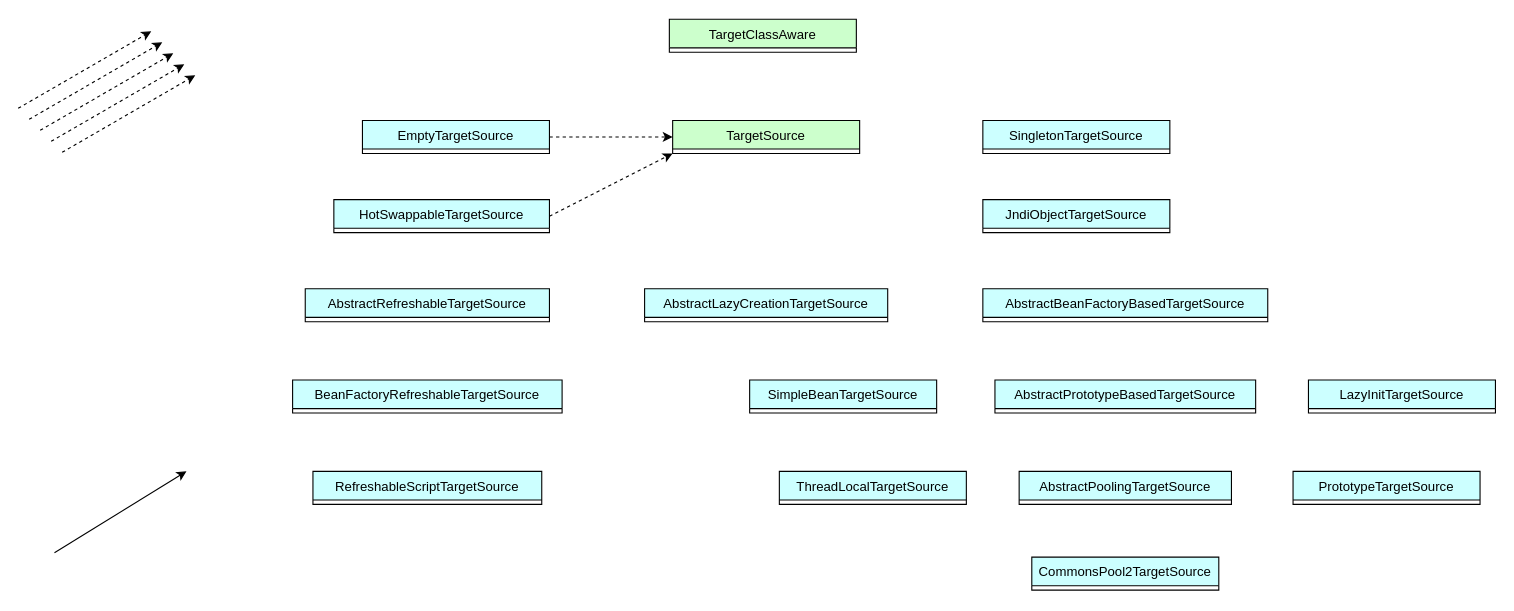
The draw.io diagram spring/aop/TargetSource.drawio in MuggleStar/draw_io, before the edit. Source tidied: cells renumbered, new cells numbered last; positions are measured from the earlier drawing's top-left corner, leaving out a move shared by most shapes. Both pictures are drawn from the tidied source at 110%, with x=0, y=0 at pixel (18, 19).
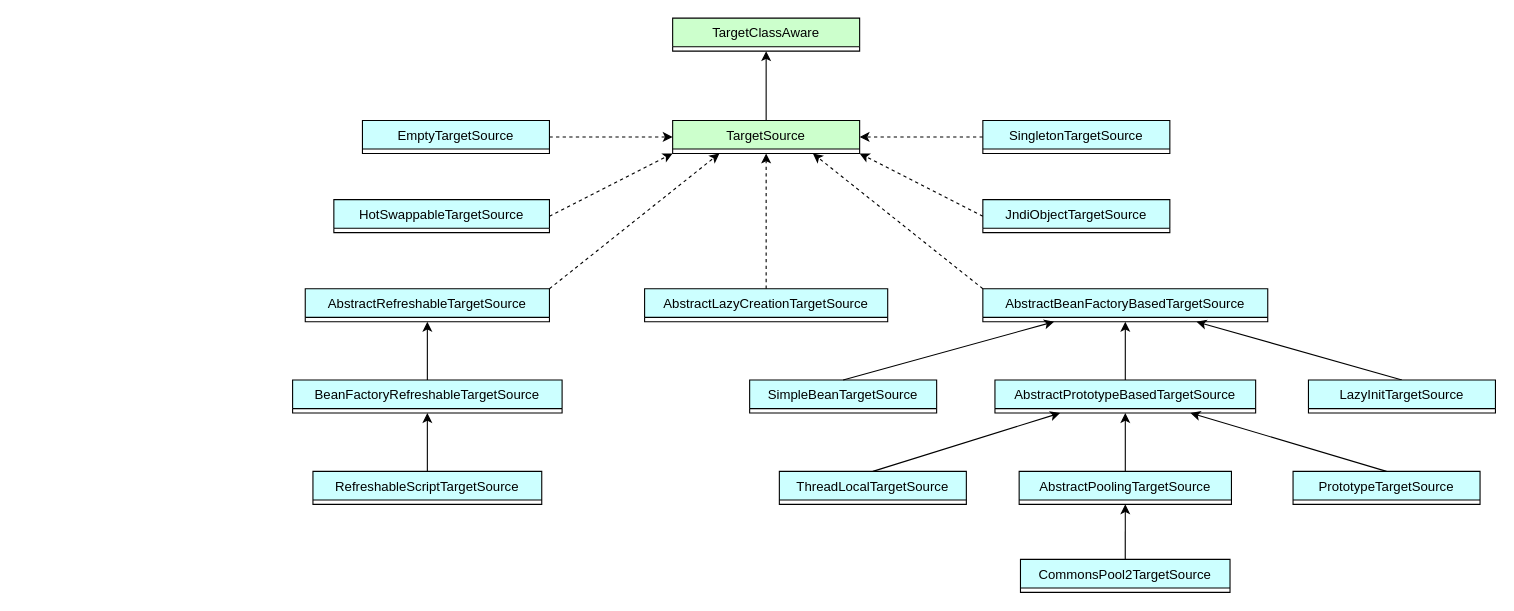
The same diagram, later.

Unchanged cells that the change refers to:
```xml
<mxCell id="6" value="TargetSource" style="swimlane;fontStyle=0;horizontal=1;startSize=26;fillColor=#CCFFCC;direction=east;strokeColor=default;swimlaneLine=1;glass=0;rounded=0;shadow=0;" parent="1" vertex="1" collapsed="1">
  <mxGeometry x="595" y="92" width="170" height="30" as="geometry" />
</mxCell>
<mxCell id="8" value="AbstractRefreshableTargetSource" style="swimlane;fontStyle=0;horizontal=1;startSize=26;fillColor=#CCFFFF;direction=east;strokeColor=default;swimlaneLine=1;glass=0;rounded=0;shadow=0;" parent="1" vertex="1" collapsed="1">
  <mxGeometry x="261" y="245" width="222" height="30" as="geometry" />
</mxCell>
<mxCell id="9" value="AbstractLazyCreationTargetSource" style="swimlane;fontStyle=0;horizontal=1;startSize=26;fillColor=#CCFFFF;direction=east;strokeColor=default;swimlaneLine=1;glass=0;rounded=0;shadow=0;" parent="1" vertex="1" collapsed="1">
  <mxGeometry x="569.5" y="245" width="221" height="30" as="geometry" />
</mxCell>
<mxCell id="10" value="AbstractBeanFactoryBasedTargetSource" style="swimlane;fontStyle=0;horizontal=1;startSize=26;fillColor=#CCFFFF;direction=east;strokeColor=default;swimlaneLine=1;glass=0;rounded=0;shadow=0;" parent="1" vertex="1" collapsed="1">
  <mxGeometry x="877" y="245" width="259" height="30" as="geometry" />
</mxCell>
<mxCell id="11" value="JndiObjectTargetSource" style="swimlane;fontStyle=0;horizontal=1;startSize=26;fillColor=#CCFFFF;direction=east;strokeColor=default;swimlaneLine=1;glass=0;rounded=0;shadow=0;" parent="1" vertex="1" collapsed="1">
  <mxGeometry x="877" y="164" width="170" height="30" as="geometry" />
</mxCell>
<mxCell id="12" value="SingletonTargetSource" style="swimlane;fontStyle=0;horizontal=1;startSize=26;fillColor=#CCFFFF;direction=east;strokeColor=default;swimlaneLine=1;glass=0;rounded=0;shadow=0;" parent="1" vertex="1" collapsed="1">
  <mxGeometry x="877" y="92" width="170" height="30" as="geometry" />
</mxCell>
<mxCell id="13" value="BeanFactoryRefreshableTargetSource" style="swimlane;fontStyle=0;horizontal=1;startSize=26;fillColor=#CCFFFF;direction=east;strokeColor=default;swimlaneLine=1;glass=0;rounded=0;shadow=0;" parent="1" vertex="1" collapsed="1">
  <mxGeometry x="249.5" y="328" width="245" height="30" as="geometry" />
</mxCell>
<mxCell id="14" value="RefreshableScriptTargetSource" style="swimlane;fontStyle=0;horizontal=1;startSize=26;fillColor=#CCFFFF;direction=east;strokeColor=default;swimlaneLine=1;glass=0;rounded=0;shadow=0;" parent="1" vertex="1" collapsed="1">
  <mxGeometry x="268" y="411" width="208" height="30" as="geometry" />
</mxCell>
<mxCell id="15" value="LazyInitTargetSource" style="swimlane;fontStyle=0;horizontal=1;startSize=26;fillColor=#CCFFFF;direction=east;strokeColor=default;swimlaneLine=1;glass=0;rounded=0;shadow=0;" parent="1" vertex="1" collapsed="1">
  <mxGeometry x="1173" y="328" width="170" height="30" as="geometry" />
</mxCell>
<mxCell id="16" value="AbstractPrototypeBasedTargetSource" style="swimlane;fontStyle=0;horizontal=1;startSize=26;fillColor=#CCFFFF;direction=east;strokeColor=default;swimlaneLine=1;glass=0;rounded=0;shadow=0;" parent="1" vertex="1" collapsed="1">
  <mxGeometry x="888" y="328" width="237" height="30" as="geometry" />
</mxCell>
<mxCell id="17" value="SimpleBeanTargetSource" style="swimlane;fontStyle=0;horizontal=1;startSize=26;fillColor=#CCFFFF;direction=east;strokeColor=default;swimlaneLine=1;glass=0;rounded=0;shadow=0;" parent="1" vertex="1" collapsed="1">
  <mxGeometry x="665" y="328" width="170" height="30" as="geometry" />
</mxCell>
<mxCell id="19" value="PrototypeTargetSource" style="swimlane;fontStyle=0;horizontal=1;startSize=26;fillColor=#CCFFFF;direction=east;strokeColor=default;swimlaneLine=1;glass=0;rounded=0;shadow=0;" parent="1" vertex="1" collapsed="1">
  <mxGeometry x="1159" y="411" width="170" height="30" as="geometry" />
</mxCell>
<mxCell id="20" value="AbstractPoolingTargetSource" style="swimlane;fontStyle=0;horizontal=1;startSize=26;fillColor=#CCFFFF;direction=east;strokeColor=default;swimlaneLine=1;glass=0;rounded=0;shadow=0;" parent="1" vertex="1" collapsed="1">
  <mxGeometry x="910" y="411" width="193" height="30" as="geometry" />
</mxCell>
<mxCell id="21" value="ThreadLocalTargetSource" style="swimlane;fontStyle=0;horizontal=1;startSize=26;fillColor=#CCFFFF;direction=east;strokeColor=default;swimlaneLine=1;glass=0;rounded=0;shadow=0;" parent="1" vertex="1" collapsed="1">
  <mxGeometry x="692" y="411" width="170" height="30" as="geometry" />
</mxCell>
```

The edit, as a diff of the source:
```diff
@@
-    <mxCell id="3" style="endArrow=classic;html=1;rounded=0;dashed=1;" parent="1" edge="1">
-      <mxGeometry relative="1" as="geometry">
-        <mxPoint y="81" as="sourcePoint" />
-        <mxPoint x="121" y="11" as="targetPoint" />
-      </mxGeometry>
+    <mxCell id="3" style="endArrow=classic;html=1;rounded=0;dashed=1;exitX=0;exitY=0.5;exitDx=0;exitDy=0;entryX=1;entryY=0.5;entryDx=0;entryDy=0;" parent="1" edge="1" source="12" target="6">
+      <mxGeometry relative="1" as="geometry" />
     </mxCell>
-    <mxCell id="4" style="endArrow=classic;html=1;rounded=0;" parent="1" edge="1">
-      <mxGeometry relative="1" as="geometry">
-        <mxPoint x="33" y="485" as="sourcePoint" />
-        <mxPoint x="153" y="411" as="targetPoint" />
-      </mxGeometry>
+    <mxCell id="4" style="endArrow=classic;html=1;rounded=0;exitX=0.5;exitY=0;exitDx=0;exitDy=0;entryX=0.75;entryY=1;entryDx=0;entryDy=0;" parent="1" edge="1" source="15" target="10">
+      <mxGeometry relative="1" as="geometry" />
     </mxCell>
     <mxCell id="5" value="TargetClassAware" style="swimlane;fontStyle=0;horizontal=1;startSize=26;fillColor=#CCFFCC;direction=east;strokeColor=default;swimlaneLine=1;glass=0;rounded=0;shadow=0;" parent="1" vertex="1" collapsed="1">
-      <mxGeometry x="592" width="170" height="30" as="geometry" />
+      <mxGeometry x="595" y="-1" width="170" height="30" as="geometry" />
     </mxCell>
@@
     <mxCell id="18" value="CommonsPool2TargetSource" style="swimlane;fontStyle=0;horizontal=1;startSize=26;fillColor=#CCFFFF;direction=east;strokeColor=default;swimlaneLine=1;glass=0;rounded=0;shadow=0;" parent="1" vertex="1" collapsed="1">
-      <mxGeometry x="921.5" y="489" width="170" height="30" as="geometry" />
+      <mxGeometry x="911.2" y="491" width="190.5" height="30" as="geometry" />
     </mxCell>
@@
-    <mxCell id="22" style="endArrow=classic;html=1;rounded=0;dashed=1;" parent="1" edge="1">
-      <mxGeometry relative="1" as="geometry">
-        <mxPoint x="10" y="91" as="sourcePoint" />
-        <mxPoint x="131" y="21" as="targetPoint" />
-      </mxGeometry>
+    <mxCell id="22" style="endArrow=classic;html=1;rounded=0;dashed=1;exitX=0;exitY=0.5;exitDx=0;exitDy=0;entryX=1;entryY=1;entryDx=0;entryDy=0;" parent="1" edge="1" source="11" target="6">
+      <mxGeometry relative="1" as="geometry" />
     </mxCell>
-    <mxCell id="23" style="endArrow=classic;html=1;rounded=0;dashed=1;" parent="1" edge="1">
-      <mxGeometry relative="1" as="geometry">
-        <mxPoint x="20" y="101" as="sourcePoint" />
-        <mxPoint x="141" y="31" as="targetPoint" />
-      </mxGeometry>
+    <mxCell id="23" style="endArrow=classic;html=1;rounded=0;dashed=1;exitX=0;exitY=0;exitDx=0;exitDy=0;entryX=0.75;entryY=1;entryDx=0;entryDy=0;" parent="1" edge="1" source="10" target="6">
+      <mxGeometry relative="1" as="geometry" />
     </mxCell>
-    <mxCell id="24" style="endArrow=classic;html=1;rounded=0;dashed=1;" parent="1" edge="1">
-      <mxGeometry relative="1" as="geometry">
-        <mxPoint x="30" y="111" as="sourcePoint" />
-        <mxPoint x="151" y="41" as="targetPoint" />
-      </mxGeometry>
+    <mxCell id="24" style="endArrow=classic;html=1;rounded=0;dashed=1;exitX=0.5;exitY=0;exitDx=0;exitDy=0;entryX=0.5;entryY=1;entryDx=0;entryDy=0;" parent="1" edge="1" source="9" target="6">
+      <mxGeometry relative="1" as="geometry" />
     </mxCell>
-    <mxCell id="25" style="endArrow=classic;html=1;rounded=0;dashed=1;" parent="1" edge="1">
-      <mxGeometry relative="1" as="geometry">
-        <mxPoint x="40" y="121" as="sourcePoint" />
-        <mxPoint x="161" y="51" as="targetPoint" />
-      </mxGeometry>
+    <mxCell id="25" style="endArrow=classic;html=1;rounded=0;dashed=1;exitX=1;exitY=0;exitDx=0;exitDy=0;entryX=0.25;entryY=1;entryDx=0;entryDy=0;" parent="1" edge="1" source="8" target="6">
+      <mxGeometry relative="1" as="geometry" />
     </mxCell>
@@
+    <mxCell id="28" style="endArrow=classic;html=1;rounded=0;exitX=0.5;exitY=0;exitDx=0;exitDy=0;entryX=0.25;entryY=1;entryDx=0;entryDy=0;" parent="1" edge="1" source="17" target="10">
+      <mxGeometry relative="1" as="geometry" />
+    </mxCell>
+    <mxCell id="29" style="endArrow=classic;html=1;rounded=0;exitX=0.5;exitY=0;exitDx=0;exitDy=0;entryX=0.5;entryY=1;entryDx=0;entryDy=0;" parent="1" edge="1" source="16" target="10">
+      <mxGeometry relative="1" as="geometry" />
+    </mxCell>
+    <mxCell id="30" style="endArrow=classic;html=1;rounded=0;exitX=0.5;exitY=0;exitDx=0;exitDy=0;entryX=0.75;entryY=1;entryDx=0;entryDy=0;" parent="1" edge="1" source="19" target="16">
+      <mxGeometry relative="1" as="geometry" />
+    </mxCell>
+    <mxCell id="31" style="endArrow=classic;html=1;rounded=0;exitX=0.5;exitY=0;exitDx=0;exitDy=0;entryX=0.5;entryY=1;entryDx=0;entryDy=0;" parent="1" edge="1" source="20" target="16">
+      <mxGeometry relative="1" as="geometry" />
+    </mxCell>
+    <mxCell id="32" style="endArrow=classic;html=1;rounded=0;exitX=0.5;exitY=0;exitDx=0;exitDy=0;entryX=0.5;entryY=1;entryDx=0;entryDy=0;" parent="1" edge="1" source="14" target="13">
+      <mxGeometry relative="1" as="geometry" />
+    </mxCell>
+    <mxCell id="33" style="endArrow=classic;html=1;rounded=0;exitX=0.5;exitY=0;exitDx=0;exitDy=0;entryX=0.5;entryY=1;entryDx=0;entryDy=0;" parent="1" edge="1" source="13" target="8">
+      <mxGeometry relative="1" as="geometry" />
+    </mxCell>
+    <mxCell id="34" style="endArrow=classic;html=1;rounded=0;exitX=0.5;exitY=0;exitDx=0;exitDy=0;entryX=0.5;entryY=1;entryDx=0;entryDy=0;" parent="1" edge="1" source="6" target="5">
+      <mxGeometry relative="1" as="geometry" />
+    </mxCell>
+    <mxCell id="35" style="endArrow=classic;html=1;rounded=0;exitX=0.5;exitY=0;exitDx=0;exitDy=0;entryX=0.25;entryY=1;entryDx=0;entryDy=0;" parent="1" edge="1" source="21" target="16">
+      <mxGeometry relative="1" as="geometry" />
+    </mxCell>
+    <mxCell id="36" style="endArrow=classic;html=1;rounded=0;exitX=0.5;exitY=0;exitDx=0;exitDy=0;entryX=0.5;entryY=1;entryDx=0;entryDy=0;" parent="1" edge="1" source="18" target="20">
+      <mxGeometry relative="1" as="geometry" />
+    </mxCell>
```
